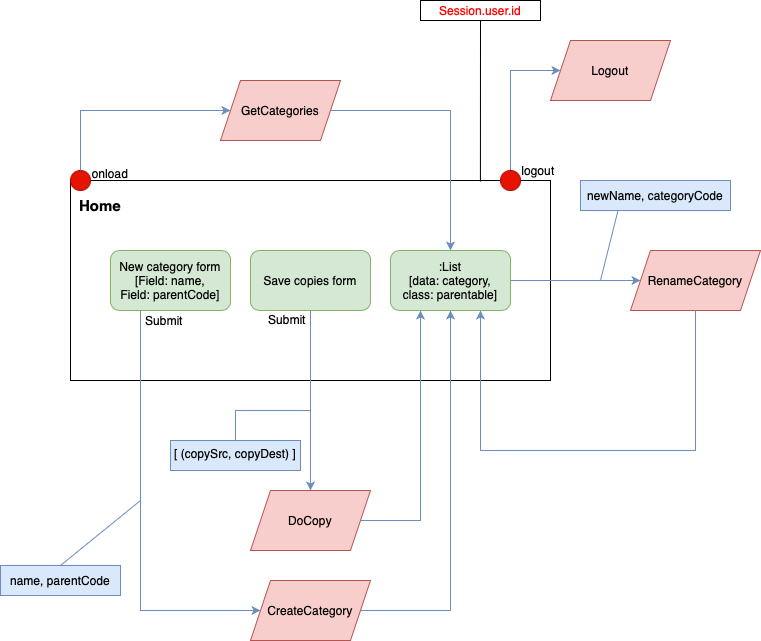
Before: docs/raw/images/Home.IFML.drawio.png, a diagram exported from draw.io (a-fni/ICT-Technologies-for-the-Web-Dynamic). Source tidied: cells renumbered, new cells last; positions are measured from the earlier drawing's top-left corner, leaving out a move shared by most shapes.
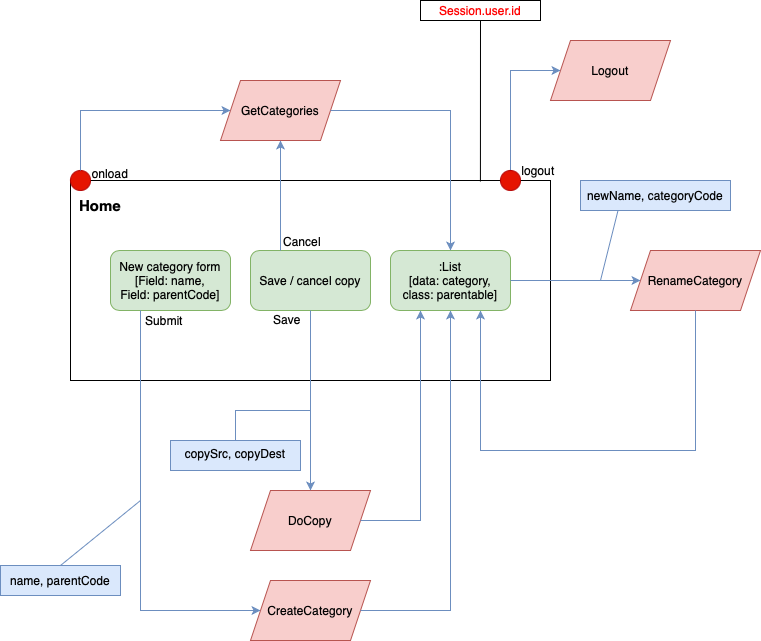
Above is the later version.

What changed in the source:
```diff
@@ -104,7 +104,7 @@
         <mxPoint x="600" y="280" as="sourcePoint" />
       </mxGeometry>
     </mxCell>
-    <mxCell id="25" value="Save copies form" style="rounded=1;whiteSpace=wrap;html=1;fillColor=#d5e8d4;strokeColor=#82b366;" parent="1" vertex="1">
+    <mxCell id="25" value="Save / cancel copy" style="rounded=1;whiteSpace=wrap;html=1;fillColor=#d5e8d4;strokeColor=#82b366;" parent="1" vertex="1">
       <mxGeometry x="250" y="250" width="120" height="60" as="geometry" />
     </mxCell>
     <mxCell id="26" value="DoCopy" style="shape=parallelogram;perimeter=parallelogramPerimeter;whiteSpace=wrap;html=1;fixedSize=1;fillColor=#f8cecc;strokeColor=#b85450;" parent="1" vertex="1">
@@ -122,10 +122,10 @@
         </Array>
       </mxGeometry>
     </mxCell>
-    <mxCell id="29" value="Submit" style="text;html=1;strokeColor=none;fillColor=none;align=center;verticalAlign=middle;whiteSpace=wrap;rounded=0;" parent="1" vertex="1">
+    <mxCell id="29" value="Save" style="text;html=1;strokeColor=none;fillColor=none;align=center;verticalAlign=middle;whiteSpace=wrap;rounded=0;" parent="1" vertex="1">
       <mxGeometry x="257" y="304" width="60" height="30" as="geometry" />
     </mxCell>
-    <mxCell id="30" value="[ (copySrc, copyDest) ]" style="rounded=0;whiteSpace=wrap;html=1;fillColor=#dae8fc;strokeColor=#6c8ebf;align=center;verticalAlign=top;" parent="1" vertex="1">
+    <mxCell id="30" value="copySrc, copyDest" style="rounded=0;whiteSpace=wrap;html=1;fillColor=#dae8fc;strokeColor=#6c8ebf;align=center;verticalAlign=top;" parent="1" vertex="1">
       <mxGeometry x="170" y="440" width="130" height="30" as="geometry" />
     </mxCell>
     <mxCell id="31" style="endArrow=none;html=1;rounded=0;exitX=0.5;exitY=0;exitDx=0;exitDy=0;fillColor=#dae8fc;strokeColor=#6c8ebf;" parent="1" edge="1" source="30">
@@ -145,5 +145,11 @@
     <mxCell id="34" style="endArrow=none;html=1;rounded=0;entryX=0.5;entryY=1;entryDx=0;entryDy=0;exitX=0.854;exitY=0.005;exitDx=0;exitDy=0;exitPerimeter=0;" parent="1" edge="1" source="2" target="33">
       <mxGeometry relative="1" as="geometry" />
     </mxCell>
+    <mxCell id="35" style="endArrow=classic;html=1;rounded=0;exitX=0.25;exitY=0;exitDx=0;exitDy=0;entryX=0.5;entryY=1;entryDx=0;entryDy=0;fillColor=#dae8fc;strokeColor=#6c8ebf;" parent="1" edge="1" source="25" target="9">
+      <mxGeometry relative="1" as="geometry" />
+    </mxCell>
+    <mxCell id="36" value="Cancel" style="text;html=1;strokeColor=none;fillColor=none;align=center;verticalAlign=middle;whiteSpace=wrap;rounded=0;" parent="1" vertex="1">
+      <mxGeometry x="272" y="226" width="60" height="30" as="geometry" />
+    </mxCell>
   </root>
 </mxGraphModel>
```
